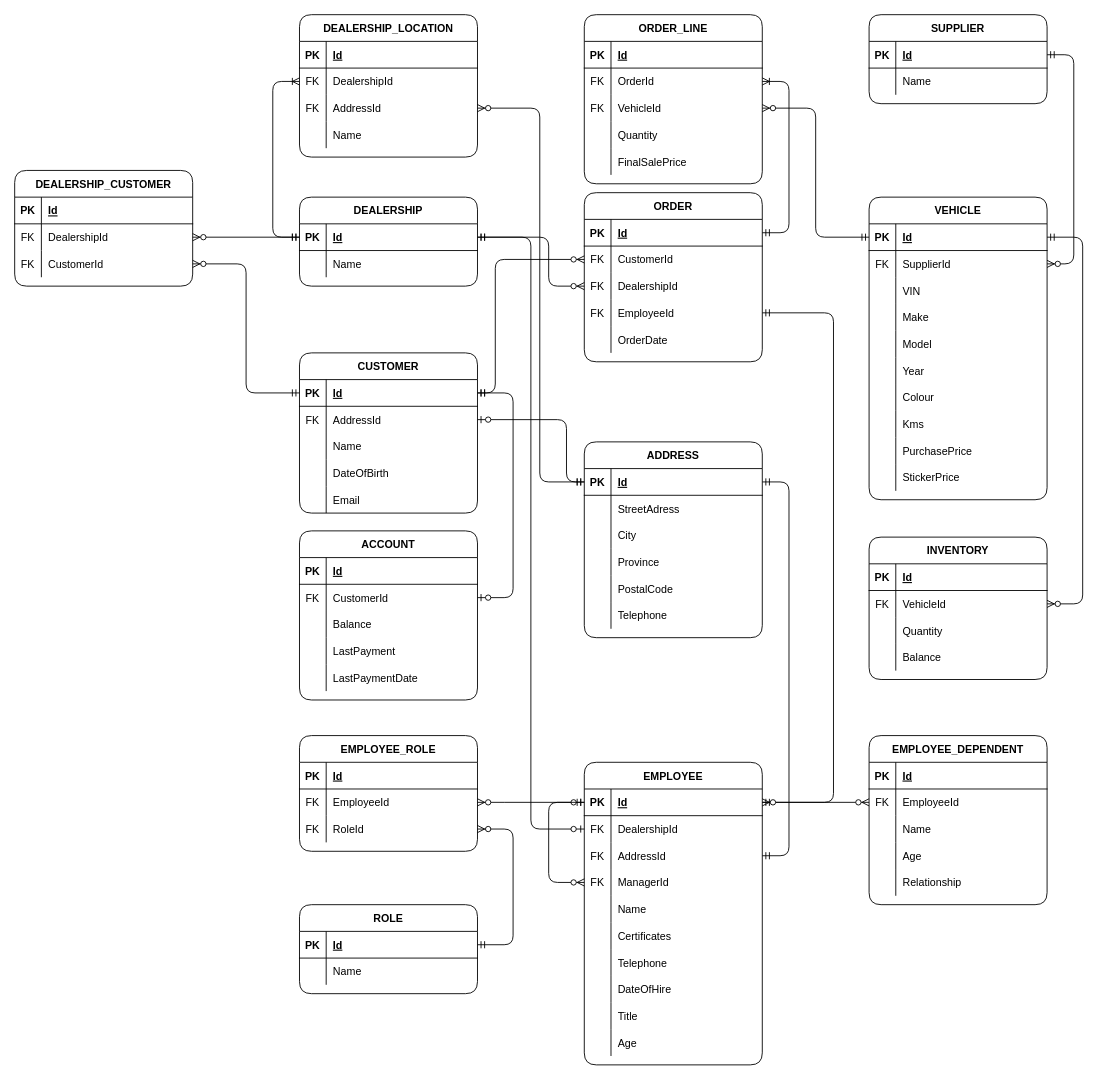
The draw.io diagram Lab2.drawio in aeulker/W4, before the edit. Source tidied: cells renumbered, new cells numbered last; positions are measured from the earlier drawing's top-left corner, leaving out a move shared by most shapes. Both pictures are drawn from the tidied source at 89%, with x=0, y=0 at pixel (14, 14).
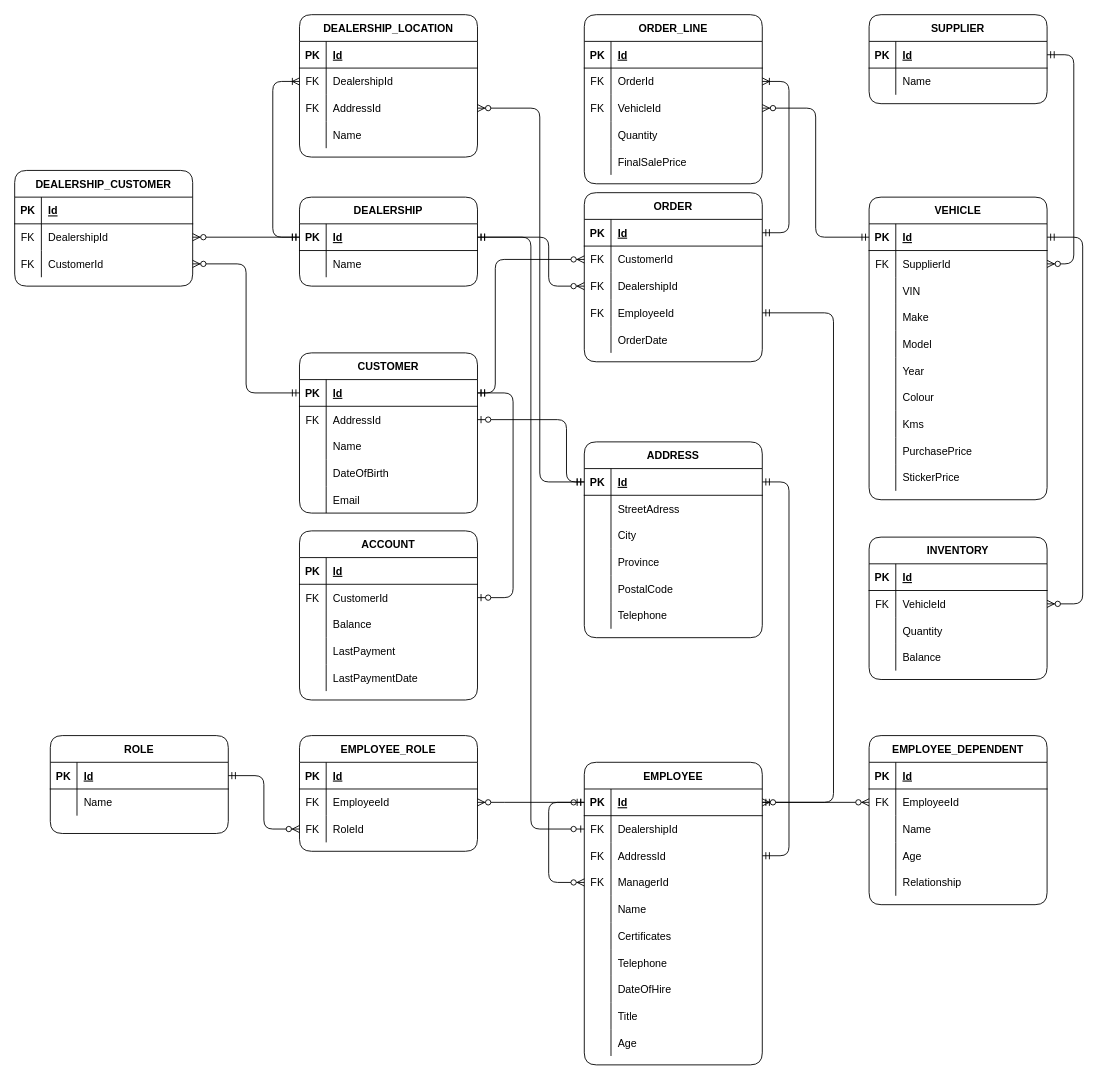
After the change.

Unchanged cells that the change refers to:
```xml
<mxCell id="140" style="shape=tableRow;horizontal=0;startSize=0;swimlaneHead=0;swimlaneBody=0;fillColor=none;points=[[0,0.5],[1,0.5]];portConstraint=eastwest;top=0;left=0;right=0;bottom=1;" parent="139" vertex="1">
  <mxGeometry y="30" width="200" height="30" as="geometry" />
</mxCell>
<mxCell id="160" style="shape=tableRow;horizontal=0;startSize=0;swimlaneHead=0;swimlaneBody=0;fillColor=none;points=[[0,0.5],[1,0.5]];portConstraint=eastwest;top=0;left=0;right=0;bottom=0;" parent="153" vertex="1">
  <mxGeometry y="90" width="200" height="30" as="geometry" />
</mxCell>
```

Diff of the diagram source:
```diff
@@
     <mxCell id="139" value="ROLE" style="shape=table;startSize=30;childLayout=tableLayout;rowLines=0;fontStyle=1;align=center;rounded=1;" parent="1" vertex="1">
-      <mxGeometry x="320" y="1000" width="200" height="100" as="geometry" />
+      <mxGeometry x="40" y="810" width="200" height="110" as="geometry" />
     </mxCell>
@@
-    <mxCell id="227" style="edgeStyle=orthogonalEdgeStyle;fontSize=12;html=1;endArrow=ERzeroToMany;startArrow=ERmandOne;rounded=1;exitX=1;exitY=0.5;exitDx=0;exitDy=0;entryX=1;entryY=0.5;entryDx=0;entryDy=0;" parent="1" edge="1" source="140" target="160">
+    <mxCell id="227" style="edgeStyle=orthogonalEdgeStyle;fontSize=12;html=1;endArrow=ERzeroToMany;startArrow=ERmandOne;rounded=1;exitX=1;exitY=0.5;exitDx=0;exitDy=0;entryX=0;entryY=0.5;entryDx=0;entryDy=0;" parent="1" edge="1" source="140" target="160">
       <mxGeometry relative="1" as="geometry">
         <Array as="points">
-          <mxPoint x="560" y="1045" />
-          <mxPoint x="560" y="915" />
+          <mxPoint x="280" y="855" />
+          <mxPoint x="280" y="915" />
         </Array>
       </mxGeometry>
     </mxCell>
```
